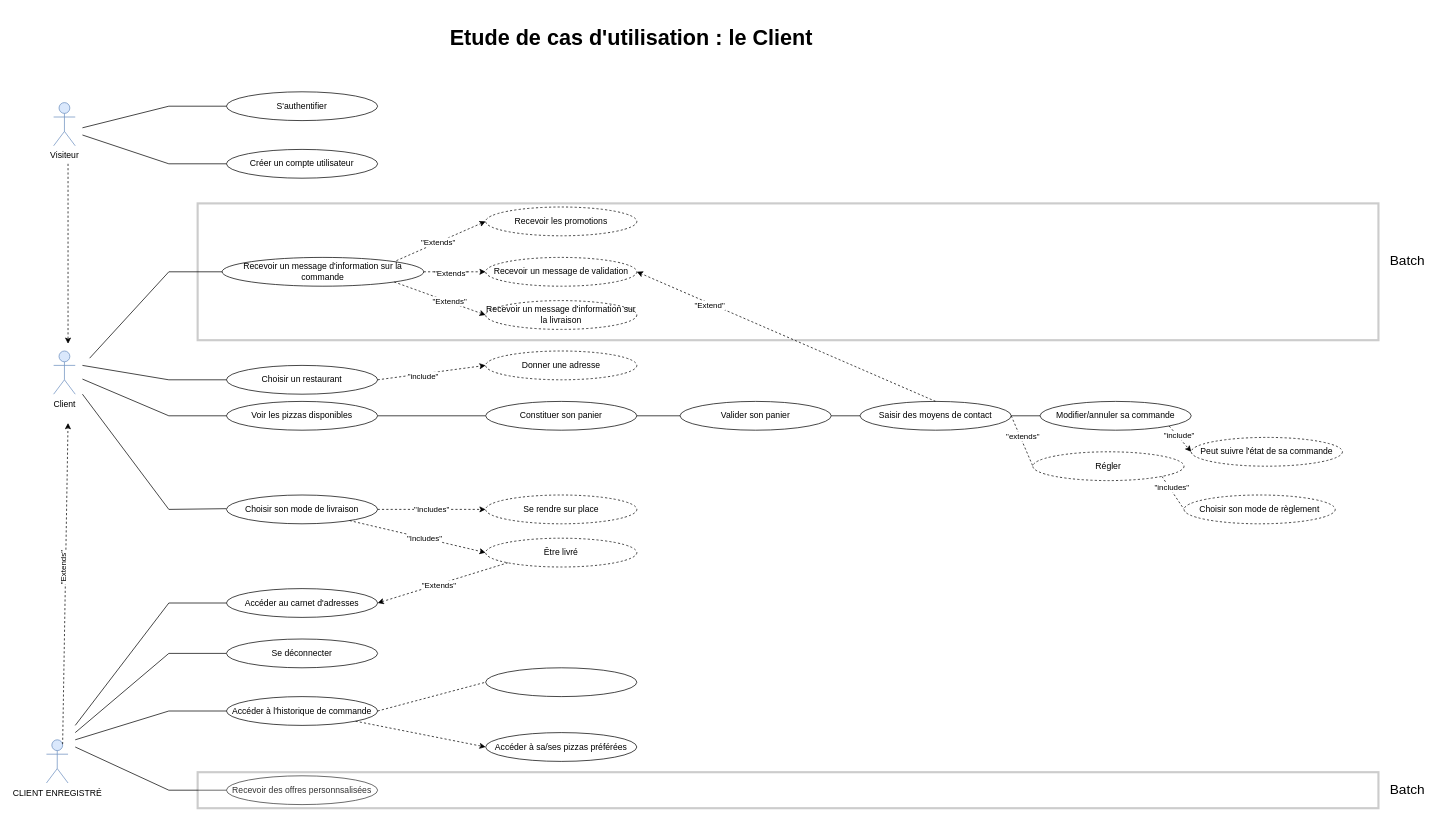
OMorlotti/P4-analyser-les-besoin-de-mon-client-pour-son-groupe-de-pizzerias keeps this draw.io diagram as 1.drawio. Above is the earlier version. Source tidied: cells renumbered, new cells numbered last; positions are measured from the earlier drawing's top-left corner, leaving out a move shared by most shapes. Both pictures are drawn from the tidied source at 72%, with x=0, y=0 at pixel (46, 19).
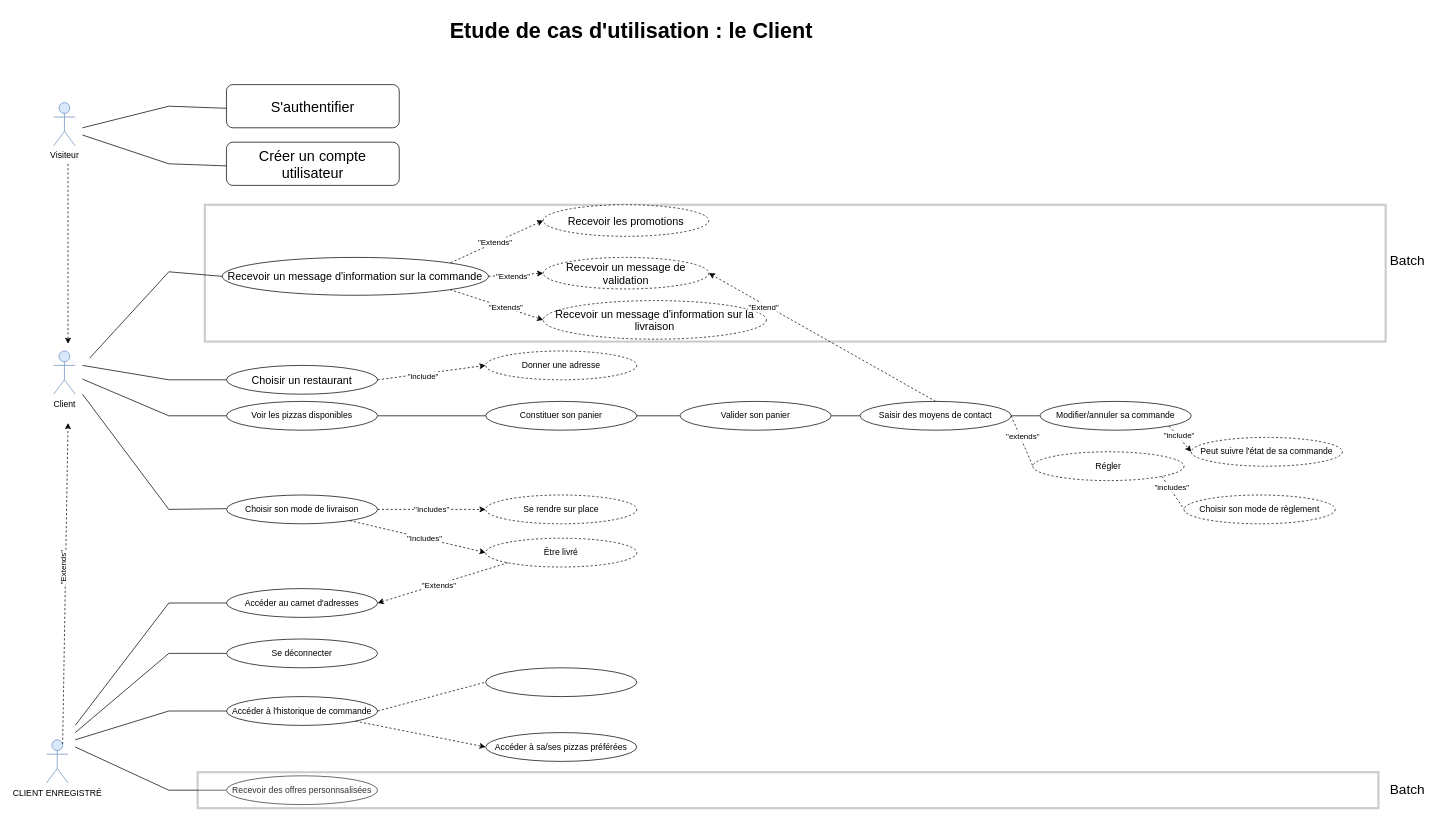
The same diagram, later.

What changed in the source:
```diff
@@
     <mxCell id="2" style="rounded=0;whiteSpace=wrap;html=1;opacity=20;strokeWidth=3;perimeterSpacing=0;" parent="1" vertex="1">
-      <mxGeometry x="210" y="255" width="1640" height="190" as="geometry" />
+      <mxGeometry x="220" y="256.9" width="1640" height="190" as="geometry" />
     </mxCell>
@@
     <mxCell id="9" value="&lt;font size=&quot;1&quot;&gt;&lt;b style=&quot;font-size: 30px&quot;&gt;Etude de cas d'utilisation : le Client&lt;/b&gt;&lt;/font&gt;" style="text;html=1;strokeColor=none;fillColor=#ffffff;align=center;verticalAlign=middle;whiteSpace=wrap;rounded=0;" parent="1" vertex="1">
-      <mxGeometry x="535" width="555" height="50" as="geometry" />
+      <mxGeometry x="535" y="-10" width="555" height="50" as="geometry" />
     </mxCell>
@@
-    <mxCell id="13" value="Créer un compte utilisateur" style="ellipse;whiteSpace=wrap;html=1;" parent="1" vertex="1">
-      <mxGeometry x="250" y="180" width="210" height="40" as="geometry" />
-    </mxCell>
-    <mxCell id="14" value="S'authentifier" style="ellipse;whiteSpace=wrap;html=1;" parent="1" vertex="1">
-      <mxGeometry x="250" y="100" width="210" height="40" as="geometry" />
-    </mxCell>
-    <mxCell id="15" value="Choisir un restaurant" style="ellipse;whiteSpace=wrap;html=1;" parent="1" vertex="1">
+    <mxCell id="15" value="&lt;font style=&quot;font-size: 15px&quot;&gt;Choisir un restaurant&lt;/font&gt;" style="ellipse;whiteSpace=wrap;html=1;" parent="1" vertex="1">
       <mxGeometry x="250" y="480" width="210" height="40" as="geometry" />
     </mxCell>
@@
-    <mxCell id="52" value="Recevoir un message d'information sur la commande" style="ellipse;whiteSpace=wrap;html=1;" parent="1" vertex="1">
-      <mxGeometry x="244" y="330" width="280" height="40" as="geometry" />
+    <mxCell id="52" value="&lt;font style=&quot;font-size: 15px&quot;&gt;Recevoir un message d'information sur la commande&lt;/font&gt;" style="ellipse;whiteSpace=wrap;html=1;" parent="1" vertex="1">
+      <mxGeometry x="244" y="330" width="370" height="52.6" as="geometry" />
     </mxCell>
@@
-    <mxCell id="54" value="Recevoir les promotions" style="ellipse;whiteSpace=wrap;html=1;dashed=1;" parent="1" vertex="1">
-      <mxGeometry x="610" y="260" width="210" height="40" as="geometry" />
+    <mxCell id="54" value="&lt;font style=&quot;font-size: 15px&quot;&gt;Recevoir les promotions&lt;/font&gt;" style="ellipse;whiteSpace=wrap;html=1;dashed=1;" parent="1" vertex="1">
+      <mxGeometry x="690" y="256.9" width="230" height="43.8" as="geometry" />
     </mxCell>
-    <mxCell id="55" value="Recevoir un message de validation&lt;br&gt;" style="ellipse;whiteSpace=wrap;html=1;dashed=1;" parent="1" vertex="1">
-      <mxGeometry x="610" y="330" width="210" height="40" as="geometry" />
+    <mxCell id="55" value="&lt;font style=&quot;font-size: 15px&quot;&gt;Recevoir un message de validation&lt;/font&gt;" style="ellipse;whiteSpace=wrap;html=1;dashed=1;" parent="1" vertex="1">
+      <mxGeometry x="690" y="330" width="230" height="43.8" as="geometry" />
     </mxCell>
-    <mxCell id="56" value="Recevoir un message d'information sur la livraison" style="ellipse;whiteSpace=wrap;html=1;dashed=1;" parent="1" vertex="1">
-      <mxGeometry x="610" y="390" width="210" height="40" as="geometry" />
+    <mxCell id="56" value="&lt;font style=&quot;font-size: 15px&quot;&gt;Recevoir un message d'information sur la livraison&lt;/font&gt;" style="ellipse;whiteSpace=wrap;html=1;dashed=1;" parent="1" vertex="1">
+      <mxGeometry x="690" y="390" width="310" height="53.6" as="geometry" />
     </mxCell>
@@
-    <mxCell id="77" style="endArrow=none;html=1;entryX=0;entryY=0.5;entryDx=0;entryDy=0;" parent="1" edge="1" target="14">
+    <mxCell id="77" style="endArrow=none;html=1;entryX=0;entryY=0.5;entryDx=0;entryDy=0;" parent="1" edge="1">
       <mxGeometry relative="1" as="geometry">
         <mxPoint x="170" y="120" as="sourcePoint" />
+        <mxPoint x="250" y="122.9" as="targetPoint" />
       </mxGeometry>
     </mxCell>
-    <mxCell id="78" style="endArrow=none;html=1;entryX=0;entryY=0.5;entryDx=0;entryDy=0;" parent="1" edge="1" target="13">
+    <mxCell id="78" style="endArrow=none;html=1;entryX=0;entryY=0.5;entryDx=0;entryDy=0;" parent="1" edge="1">
       <mxGeometry relative="1" as="geometry">
         <mxPoint x="170" y="200" as="sourcePoint" />
+        <mxPoint x="250" y="202.9" as="targetPoint" />
       </mxGeometry>
     </mxCell>
@@
+    <mxCell id="14" value="&lt;font style=&quot;font-size: 20px&quot;&gt;S'authentifier&lt;/font&gt;" style="rounded=1;whiteSpace=wrap;html=1;" parent="1" vertex="1">
+      <mxGeometry x="250" y="90" width="240" height="60" as="geometry" />
+    </mxCell>
+    <mxCell id="13" value="&lt;font style=&quot;font-size: 20px&quot;&gt;Créer un compte utilisateur&lt;/font&gt;" style="rounded=1;whiteSpace=wrap;html=1;" parent="1" vertex="1">
+      <mxGeometry x="250" y="170" width="240" height="60" as="geometry" />
+    </mxCell>
```
